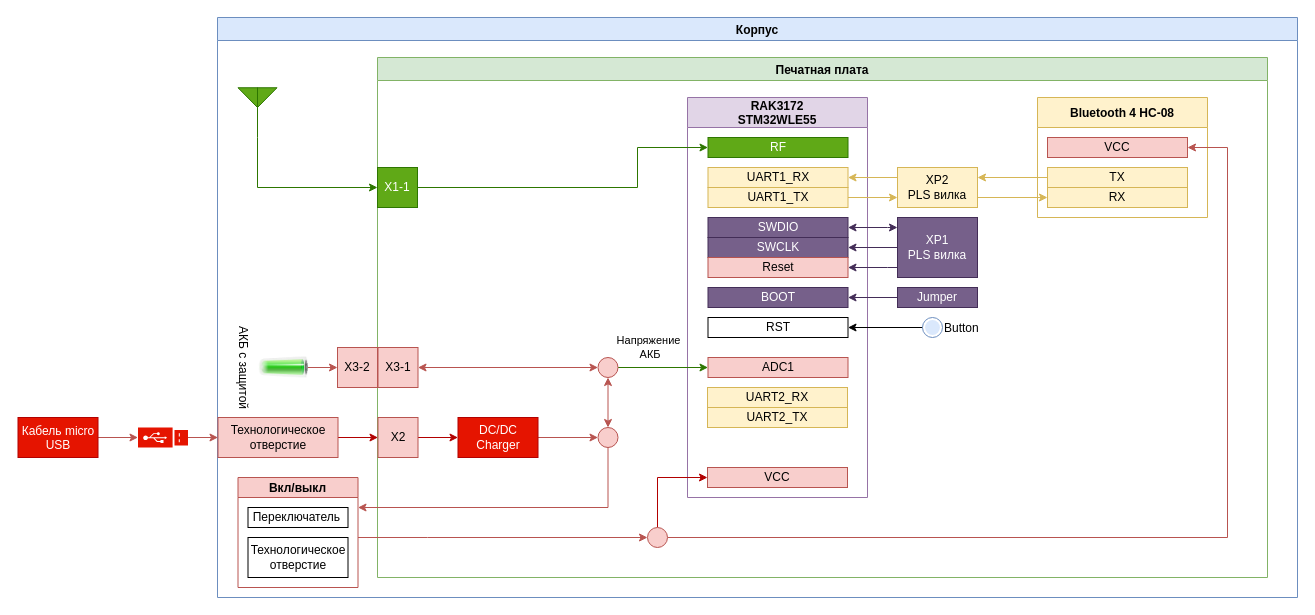
Before: doc/Структурная схема Peggy Receiver.drawio in Kvenecusghost/Peggy, a draw.io diagram. Source tidied: cells renumbered, new cells numbered last; positions are measured from the earlier drawing's top-left corner, leaving out a move shared by most shapes. Both pictures are drawn from the tidied source at 100%, with x=0, y=0 at pixel (17, 17).
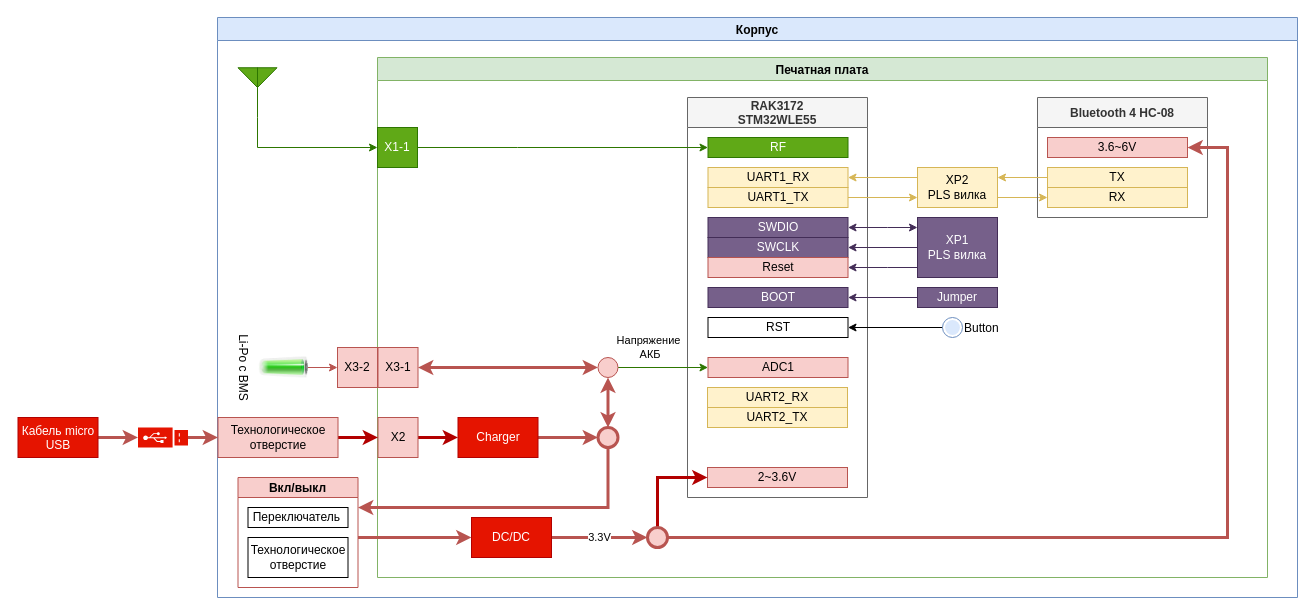
The same diagram, later.

The change refers to these unchanged cells:
```xml
<mxCell id="2" value="Корпус" style="swimlane;fillColor=#dae8fc;strokeColor=#6c8ebf;strokeWidth=1;" parent="1" vertex="1">
  <mxGeometry x="200" width="1080" height="580" as="geometry" />
</mxCell>
<mxCell id="3" value="Печатная плата" style="swimlane;fillColor=#d5e8d4;strokeColor=#82b366;strokeWidth=1;" parent="2" vertex="1">
  <mxGeometry x="160" y="40" width="890" height="520" as="geometry" />
</mxCell>
<mxCell id="5" value="RF" style="rounded=0;whiteSpace=wrap;html=1;strokeWidth=1;fillColor=#60a917;fontColor=#ffffff;strokeColor=#2D7600;" parent="4" vertex="1">
  <mxGeometry x="20.5" y="40" width="140" height="20" as="geometry" />
</mxCell>
<mxCell id="34" value="X2" style="rounded=0;whiteSpace=wrap;html=1;strokeWidth=1;fillColor=#f8cecc;strokeColor=#b85450;" parent="3" vertex="1">
  <mxGeometry x="0.5" y="360" width="40" height="40" as="geometry" />
</mxCell>
<mxCell id="36" value="X3-1" style="rounded=0;whiteSpace=wrap;html=1;strokeWidth=1;fillColor=#f8cecc;strokeColor=#b85450;" parent="3" vertex="1">
  <mxGeometry x="0.5" y="290" width="40" height="40" as="geometry" />
</mxCell>
<mxCell id="47" style="ellipse;fillColor=#f8cecc;strokeColor=#b85450;" parent="3" vertex="1">
  <mxGeometry x="220.5" y="300" width="20" height="20" as="geometry" />
</mxCell>
<mxCell id="51" value="Технологическое отверстие" style="rounded=0;whiteSpace=wrap;html=1;fillColor=#f8cecc;strokeColor=#b85450;strokeWidth=1;" parent="2" vertex="1">
  <mxGeometry x="0.5" y="400" width="120" height="40" as="geometry" />
</mxCell>
<mxCell id="54" value="Вкл/выкл" style="swimlane;startSize=20;fillColor=#f8cecc;rotation=0;strokeColor=#b85450;" parent="2" vertex="1">
  <mxGeometry x="20.5" y="460" width="120" height="110" as="geometry" />
</mxCell>
<mxCell id="62" style="sketch=0;shadow=0;dashed=0;html=1;strokeColor=#B20000;fillColor=#e51400;labelPosition=center;verticalLabelPosition=bottom;verticalAlign=top;align=center;outlineConnect=0;shape=mxgraph.veeam2.usb_drive;fontColor=#ffffff;strokeWidth=1;" parent="1" vertex="1">
  <mxGeometry x="120.5" y="410" width="50" height="20" as="geometry" />
</mxCell>
<mxCell id="64" value="Кабель micro USB" style="whiteSpace=wrap;html=1;verticalAlign=top;fillColor=#e51400;strokeColor=#B20000;fontColor=#ffffff;sketch=0;shadow=0;dashed=0;strokeWidth=1;" parent="1" vertex="1">
  <mxGeometry x="0.5" y="400" width="80" height="40" as="geometry" />
</mxCell>
```

The edit, as a diff of the source:
```diff
@@
-    <mxCell id="4" value="RAK3172&#10;STM32WLE55" style="swimlane;strokeWidth=1;fillColor=#e1d5e7;strokeColor=#9673a6;startSize=30;" parent="3" vertex="1">
+    <mxCell id="4" value="RAK3172&#10;STM32WLE55" style="swimlane;strokeWidth=1;fillColor=#f5f5f5;strokeColor=#666666;startSize=30;fontColor=#333333;" parent="3" vertex="1">
       <mxGeometry x="310" y="40" width="180" height="400" as="geometry" />
     </mxCell>
@@
-    <mxCell id="12" value="VCC" style="rounded=0;whiteSpace=wrap;html=1;strokeWidth=1;fillColor=#f8cecc;strokeColor=#b85450;" parent="4" vertex="1">
+    <mxCell id="12" value="2~3.6V" style="rounded=0;whiteSpace=wrap;html=1;strokeWidth=1;fillColor=#f8cecc;strokeColor=#b85450;" parent="4" vertex="1">
       <mxGeometry x="20" y="370" width="140" height="20" as="geometry" />
     </mxCell>
@@
     <mxCell id="19" value="XP2&lt;br&gt;PLS вилка" style="rounded=0;whiteSpace=wrap;html=1;strokeWidth=1;fillColor=#fff2cc;strokeColor=#d6b656;" parent="3" vertex="1">
-      <mxGeometry x="520" y="110" width="80" height="40" as="geometry" />
+      <mxGeometry x="540" y="110" width="80" height="40" as="geometry" />
     </mxCell>
@@
     <mxCell id="23" value="XP1&lt;br&gt;PLS вилка" style="rounded=0;whiteSpace=wrap;html=1;strokeWidth=1;fillColor=#76608a;strokeColor=#432D57;fontColor=#ffffff;" parent="3" vertex="1">
-      <mxGeometry x="520" y="160" width="80" height="60" as="geometry" />
+      <mxGeometry x="540" y="160" width="80" height="60" as="geometry" />
     </mxCell>
@@
-    <mxCell id="25" style="edgeStyle=orthogonalEdgeStyle;rounded=0;jettySize=auto;html=1;exitX=1;exitY=0.5;exitDx=0;exitDy=0;entryX=0;entryY=0.5;entryDx=0;entryDy=0;strokeWidth=1;fillColor=#f8cecc;strokeColor=#b85450;" parent="3" edge="1" source="26" target="43">
+    <mxCell id="25" style="edgeStyle=orthogonalEdgeStyle;rounded=0;jettySize=auto;html=1;exitX=1;exitY=0.5;exitDx=0;exitDy=0;entryX=0;entryY=0.5;entryDx=0;entryDy=0;strokeWidth=3;fillColor=#f8cecc;strokeColor=#b85450;" parent="3" edge="1" source="26" target="43">
       <mxGeometry relative="1" as="geometry" />
     </mxCell>
-    <mxCell id="26" value="DC/DC&lt;br&gt;Charger" style="rounded=0;whiteSpace=wrap;html=1;fillColor=#e51400;fontColor=#ffffff;strokeColor=#B20000;strokeWidth=1;" parent="3" vertex="1">
+    <mxCell id="26" value="Charger" style="rounded=0;whiteSpace=wrap;html=1;fillColor=#e51400;fontColor=#ffffff;strokeColor=#B20000;strokeWidth=1;" parent="3" vertex="1">
       <mxGeometry x="80.5" y="360" width="80" height="40" as="geometry" />
     </mxCell>
@@
     <mxCell id="28" value="Button" style="dashed=0;labelPosition=right;align=left;shape=mxgraph.gmdl.radiobutton;strokeColor=#6c8ebf;fillColor=#dae8fc;strokeWidth=1;sketch=0;labelBackgroundColor=#FFFFFF;" parent="3" vertex="1">
-      <mxGeometry x="545" y="260" width="20" height="20" as="geometry" />
+      <mxGeometry x="565" y="260" width="20" height="20" as="geometry" />
     </mxCell>
@@
     <mxCell id="30" value="Jumper" style="rounded=0;whiteSpace=wrap;html=1;strokeWidth=1;fillColor=#76608a;strokeColor=#432D57;fontColor=#ffffff;" parent="3" vertex="1">
-      <mxGeometry x="520" y="230" width="80" height="20" as="geometry" />
+      <mxGeometry x="540" y="230" width="80" height="20" as="geometry" />
     </mxCell>
     <mxCell id="31" style="edgeStyle=orthogonalEdgeStyle;rounded=0;jettySize=auto;html=1;startArrow=none;startFill=0;strokeWidth=1;exitX=1;exitY=0.5;exitDx=0;exitDy=0;fillColor=#60a917;strokeColor=#2D7600;" parent="3" edge="1" source="35" target="5">
       <mxGeometry relative="1" as="geometry">
         <Array as="points">
-          <mxPoint x="260" y="130" />
-          <mxPoint x="260" y="90" />
+          <mxPoint x="140" y="90" />
+          <mxPoint x="140" y="90" />
         </Array>
       </mxGeometry>
     </mxCell>
-    <mxCell id="32" style="edgeStyle=orthogonalEdgeStyle;rounded=0;jettySize=auto;html=1;exitX=1;exitY=0.5;exitDx=0;exitDy=0;entryX=0;entryY=0.5;entryDx=0;entryDy=0;startArrow=none;startFill=0;strokeWidth=1;fillColor=#e51400;strokeColor=#B20000;" parent="3" edge="1" source="34" target="26">
+    <mxCell id="32" style="edgeStyle=orthogonalEdgeStyle;rounded=0;jettySize=auto;html=1;exitX=1;exitY=0.5;exitDx=0;exitDy=0;entryX=0;entryY=0.5;entryDx=0;entryDy=0;startArrow=none;startFill=0;strokeWidth=3;fillColor=#e51400;strokeColor=#B20000;" parent="3" edge="1" source="34" target="26">
       <mxGeometry relative="1" as="geometry" />
     </mxCell>
@@
     <mxCell id="35" value="X1-1" style="rounded=0;whiteSpace=wrap;html=1;fillColor=#60a917;strokeColor=#2D7600;fontColor=#ffffff;strokeWidth=1;" parent="3" vertex="1">
-      <mxGeometry y="110" width="40" height="40" as="geometry" />
+      <mxGeometry y="70" width="40" height="40" as="geometry" />
     </mxCell>
@@
-    <mxCell id="37" value="Bluetooth 4 HC-08" style="swimlane;strokeWidth=1;fillColor=#fff2cc;strokeColor=#d6b656;startSize=30;" parent="3" vertex="1">
+    <mxCell id="37" value="Bluetooth 4 HC-08" style="swimlane;strokeWidth=1;fillColor=#f5f5f5;strokeColor=#666666;startSize=30;fontColor=#333333;" parent="3" vertex="1">
       <mxGeometry x="660" y="40" width="170" height="120" as="geometry" />
     </mxCell>
@@
-    <mxCell id="40" value="VCC" style="rounded=0;whiteSpace=wrap;html=1;strokeWidth=1;fillColor=#f8cecc;strokeColor=#b85450;" parent="37" vertex="1">
+    <mxCell id="40" value="3.6~6V" style="rounded=0;whiteSpace=wrap;html=1;strokeWidth=1;fillColor=#f8cecc;strokeColor=#b85450;" parent="37" vertex="1">
       <mxGeometry x="10" y="40" width="140" height="20" as="geometry" />
     </mxCell>
@@
-    <mxCell id="42" style="edgeStyle=orthogonalEdgeStyle;rounded=0;jettySize=auto;html=1;exitX=0.5;exitY=0;exitDx=0;exitDy=0;strokeWidth=1;fillColor=#f8cecc;strokeColor=#b85450;entryX=0.5;entryY=1;entryDx=0;entryDy=0;startArrow=classic;startFill=1;" parent="3" edge="1" source="43" target="47">
+    <mxCell id="42" style="edgeStyle=orthogonalEdgeStyle;rounded=0;jettySize=auto;html=1;exitX=0.5;exitY=0;exitDx=0;exitDy=0;strokeWidth=3;fillColor=#f8cecc;strokeColor=#b85450;entryX=0.5;entryY=1;entryDx=0;entryDy=0;startArrow=classic;startFill=1;" parent="3" edge="1" source="43" target="47">
       <mxGeometry relative="1" as="geometry" />
     </mxCell>
-    <mxCell id="43" style="ellipse;fillColor=#f8cecc;strokeColor=#b85450;" parent="3" vertex="1">
+    <mxCell id="43" style="ellipse;fillColor=#f8cecc;strokeColor=#b85450;strokeWidth=3;" parent="3" vertex="1">
       <mxGeometry x="220.5" y="370" width="20" height="20" as="geometry" />
     </mxCell>
-    <mxCell id="44" style="edgeStyle=orthogonalEdgeStyle;rounded=0;jettySize=auto;html=1;entryX=1;entryY=0.5;entryDx=0;entryDy=0;strokeWidth=1;fillColor=#f8cecc;strokeColor=#b85450;exitX=1;exitY=0.5;exitDx=0;exitDy=0;" parent="3" edge="1" source="48" target="40">
+    <mxCell id="44" style="edgeStyle=orthogonalEdgeStyle;rounded=0;jettySize=auto;html=1;entryX=1;entryY=0.5;entryDx=0;entryDy=0;strokeWidth=3;fillColor=#f8cecc;strokeColor=#b85450;exitX=1;exitY=0.5;exitDx=0;exitDy=0;" parent="3" edge="1" source="48" target="40">
       <mxGeometry relative="1" as="geometry">
         <Array as="points">
           <mxPoint x="850" y="480" />
           <mxPoint x="850" y="90" />
         </Array>
       </mxGeometry>
     </mxCell>
-    <mxCell id="45" style="edgeStyle=orthogonalEdgeStyle;rounded=0;jettySize=auto;html=1;entryX=0;entryY=0.5;entryDx=0;entryDy=0;startArrow=none;startFill=0;strokeWidth=1;fillColor=#e51400;strokeColor=#B20000;exitX=0.5;exitY=0;exitDx=0;exitDy=0;" parent="3" edge="1" source="48" target="12">
+    <mxCell id="45" style="edgeStyle=orthogonalEdgeStyle;rounded=0;jettySize=auto;html=1;entryX=0;entryY=0.5;entryDx=0;entryDy=0;startArrow=none;startFill=0;strokeWidth=3;fillColor=#e51400;strokeColor=#B20000;exitX=0.5;exitY=0;exitDx=0;exitDy=0;" parent="3" edge="1" source="48" target="12">
       <mxGeometry relative="1" as="geometry" />
     </mxCell>
-    <mxCell id="46" style="edgeStyle=orthogonalEdgeStyle;rounded=0;jettySize=auto;html=1;exitX=0;exitY=0.5;exitDx=0;exitDy=0;entryX=1;entryY=0.5;entryDx=0;entryDy=0;strokeWidth=1;fillColor=#f8cecc;strokeColor=#b85450;startArrow=classic;startFill=1;" parent="3" edge="1" source="47" target="36">
+    <mxCell id="46" style="edgeStyle=orthogonalEdgeStyle;rounded=0;jettySize=auto;html=1;exitX=0;exitY=0.5;exitDx=0;exitDy=0;entryX=1;entryY=0.5;entryDx=0;entryDy=0;strokeWidth=3;fillColor=#f8cecc;strokeColor=#b85450;startArrow=classic;startFill=1;" parent="3" edge="1" source="47" target="36">
       <mxGeometry relative="1" as="geometry" />
     </mxCell>
@@
-    <mxCell id="48" style="ellipse;fillColor=#f8cecc;strokeColor=#b85450;" parent="3" vertex="1">
+    <mxCell id="48" style="ellipse;fillColor=#f8cecc;strokeColor=#b85450;strokeWidth=3;" parent="3" vertex="1">
       <mxGeometry x="270" y="470" width="20" height="20" as="geometry" />
     </mxCell>
+    <mxCell id="65" value="3.3V" style="edgeStyle=orthogonalEdgeStyle;rounded=0;jettySize=auto;html=1;entryX=0;entryY=0.5;entryDx=0;entryDy=0;fillColor=#f8cecc;strokeColor=#b85450;strokeWidth=3;" parent="3" edge="1" source="66" target="48">
+      <mxGeometry relative="1" as="geometry" />
+    </mxCell>
+    <mxCell id="66" value="DC/DC" style="rounded=0;whiteSpace=wrap;html=1;fillColor=#e51400;fontColor=#ffffff;strokeColor=#B20000;strokeWidth=1;" parent="3" vertex="1">
+      <mxGeometry x="94" y="460" width="80" height="40" as="geometry" />
+    </mxCell>
@@
-    <mxCell id="50" style="edgeStyle=orthogonalEdgeStyle;rounded=0;jettySize=auto;html=1;entryX=0;entryY=0.5;entryDx=0;entryDy=0;startArrow=none;startFill=0;strokeWidth=1;fillColor=#e51400;strokeColor=#B20000;exitX=1;exitY=0.5;exitDx=0;exitDy=0;" parent="2" edge="1" source="51" target="34">
+    <mxCell id="50" style="edgeStyle=orthogonalEdgeStyle;rounded=0;jettySize=auto;html=1;entryX=0;entryY=0.5;entryDx=0;entryDy=0;startArrow=none;startFill=0;strokeWidth=3;fillColor=#e51400;strokeColor=#B20000;exitX=1;exitY=0.5;exitDx=0;exitDy=0;" parent="2" edge="1" source="51" target="34">
       <mxGeometry relative="1" as="geometry" />
     </mxCell>
@@
     <mxCell id="52" style="verticalLabelPosition=bottom;shadow=0;dashed=0;align=center;html=1;verticalAlign=top;shape=mxgraph.electrical.radio.aerial_-_antenna_2;fillColor=#60a917;fontColor=#ffffff;strokeColor=#2D7600;strokeWidth=1;" parent="2" vertex="1">
-      <mxGeometry x="20.5" y="70" width="39" height="50" as="geometry" />
+      <mxGeometry x="20.5" y="50" width="39" height="50" as="geometry" />
     </mxCell>
-    <mxCell id="53" style="edgeStyle=orthogonalEdgeStyle;rounded=0;jettySize=auto;html=1;entryX=0;entryY=0.5;entryDx=0;entryDy=0;startArrow=none;startFill=0;strokeWidth=1;fillColor=#f8cecc;strokeColor=#b85450;" parent="2" edge="1" source="54" target="48">
-      <mxGeometry relative="1" as="geometry">
-        <Array as="points">
-          <mxPoint x="210" y="520" />
-          <mxPoint x="210" y="520" />
-        </Array>
-      </mxGeometry>
-    </mxCell>
+    <mxCell id="67" style="edgeStyle=orthogonalEdgeStyle;rounded=0;jettySize=auto;html=1;entryX=0;entryY=0.5;entryDx=0;entryDy=0;fillColor=#f8cecc;strokeColor=#b85450;strokeWidth=3;" parent="2" edge="1" source="54" target="66">
+      <mxGeometry relative="1" as="geometry">
+        <Array as="points">
+          <mxPoint x="170" y="520" />
+          <mxPoint x="170" y="520" />
+        </Array>
+      </mxGeometry>
+    </mxCell>
@@
-    <mxCell id="57" style="edgeStyle=orthogonalEdgeStyle;rounded=0;jettySize=auto;html=1;exitX=0.5;exitY=1;exitDx=0;exitDy=0;startArrow=none;startFill=0;strokeWidth=1;fillColor=#f8cecc;strokeColor=#b85450;" parent="2" edge="1" source="43" target="54">
+    <mxCell id="57" style="edgeStyle=orthogonalEdgeStyle;rounded=0;jettySize=auto;html=1;exitX=0.5;exitY=1;exitDx=0;exitDy=0;startArrow=none;startFill=0;strokeWidth=3;fillColor=#f8cecc;strokeColor=#b85450;" parent="2" edge="1" source="43" target="54">
       <mxGeometry relative="1" as="geometry">
         <Array as="points">
           <mxPoint x="390" y="490" />
         </Array>
       </mxGeometry>
     </mxCell>
@@
-    <mxCell id="59" value="АКБ с защитой" style="image;html=1;image=img/lib/clip_art/general/Battery_100_128x128.png;fontSize=12;rotation=90;" parent="2" vertex="1">
+    <mxCell id="59" value="Li-Po с BMS" style="image;html=1;image=img/lib/clip_art/general/Battery_100_128x128.png;fontSize=12;rotation=90;" parent="2" vertex="1">
       <mxGeometry x="35" y="325" width="60" height="50" as="geometry" />
     </mxCell>
@@
-    <mxCell id="61" style="edgeStyle=orthogonalEdgeStyle;rounded=0;jettySize=auto;html=1;fillColor=#f8cecc;strokeColor=#b85450;strokeWidth=1;" parent="1" edge="1" source="62" target="51">
+    <mxCell id="61" style="edgeStyle=orthogonalEdgeStyle;rounded=0;jettySize=auto;html=1;fillColor=#f8cecc;strokeColor=#b85450;strokeWidth=3;" parent="1" edge="1" source="62" target="51">
       <mxGeometry relative="1" as="geometry" />
     </mxCell>
@@
-    <mxCell id="63" style="edgeStyle=orthogonalEdgeStyle;rounded=0;jettySize=auto;html=1;exitX=1;exitY=0.5;exitDx=0;exitDy=0;fillColor=#f8cecc;strokeColor=#b85450;strokeWidth=1;" parent="1" edge="1" source="64" target="62">
+    <mxCell id="63" style="edgeStyle=orthogonalEdgeStyle;rounded=0;jettySize=auto;html=1;exitX=1;exitY=0.5;exitDx=0;exitDy=0;fillColor=#f8cecc;strokeColor=#b85450;strokeWidth=3;" parent="1" edge="1" source="64" target="62">
       <mxGeometry relative="1" as="geometry" />
     </mxCell>
```
